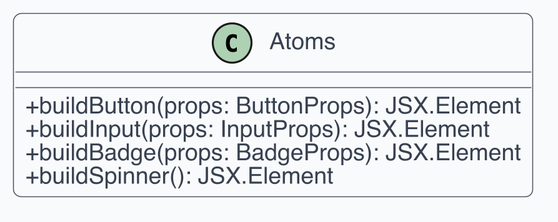
swenightpro/Documentazione keeps this PlantUML diagram as src/PB/Documentazione Esterna/Contenuti/componenti_specifiche_tecniche/assets/uml_frontend/24_atoms.png. Above is the earlier version. The source it was exported from:
```plantuml
@startuml
!include _style.iuml
class Atoms {
  +buildButton(props: ButtonProps): JSX.Element
  +buildInput(props: InputProps): JSX.Element
  +buildBadge(props: BadgeProps): JSX.Element
  +buildSpinner(): JSX.Element
}
@enduml
```
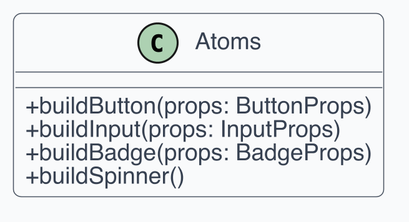
After the change.

The edit, as a diff of the source:
```diff
@@ -1,9 +1,25 @@
 @startuml
-!include _style.iuml
-class Atoms {
-  +buildButton(props: ButtonProps): JSX.Element
-  +buildInput(props: InputProps): JSX.Element
-  +buildBadge(props: BadgeProps): JSX.Element
-  +buildSpinner(): JSX.Element
+skinparam dpi 300
+skinparam shadowing false
+skinparam backgroundColor White
+skinparam defaultFontName Helvetica
+skinparam defaultFontSize 12
+skinparam ArrowColor #4B5563
+skinparam ArrowThickness 1
+skinparam roundcorner 8
+skinparam class {
+  BackgroundColor #F9FAFB
+  BorderColor #4B5563
+  FontColor #111827
+  AttributeFontColor #374151
+  StereotypeFontColor #6B7280
+}
+skinparam classAttributeIconSize 0
+
+class "Atoms" as C1 {
+  + buildButton(props: ButtonProps)
+  + buildInput(props: InputProps)
+  + buildBadge(props: BadgeProps)
+  + buildSpinner()
 }
 @enduml
```
